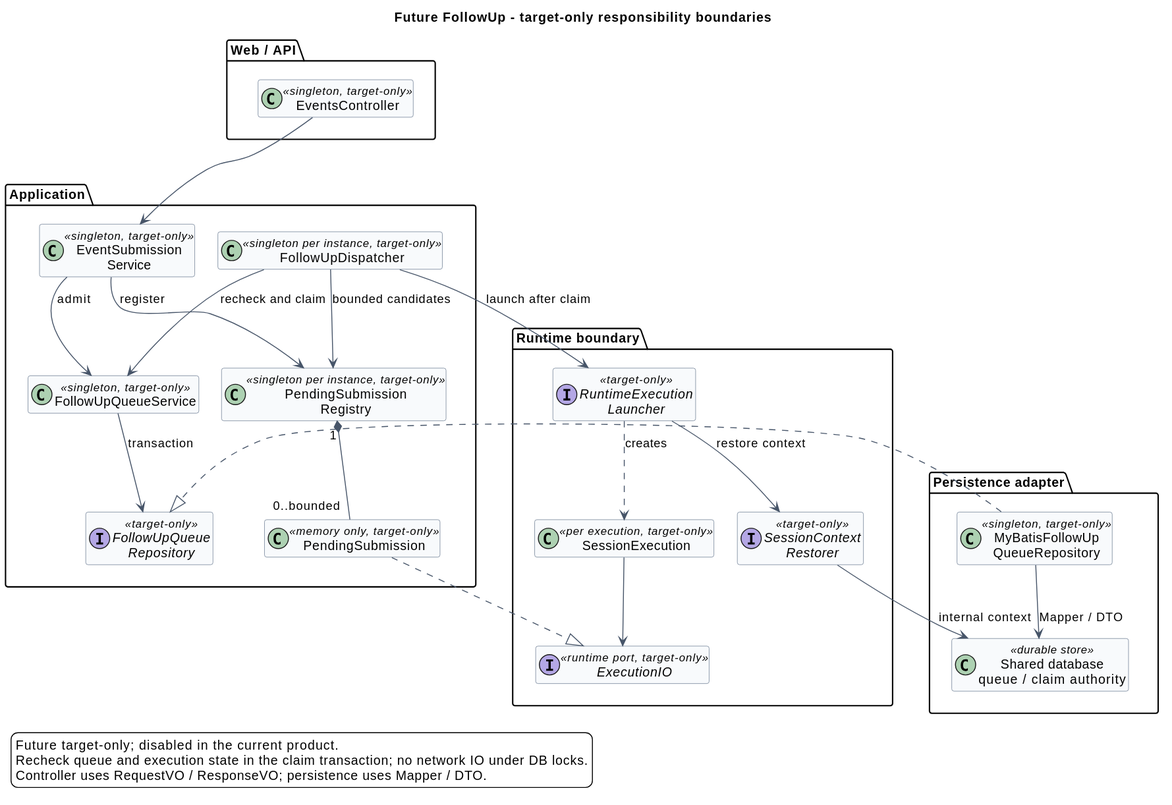
ssm0808/pi-mono-java-design keeps this PlantUML diagram as 01-总体架构/01-CampusClaw多Agent运行时/设计图/后续消息扩展/target_follow_up_classes.svg. Above is the earlier version.
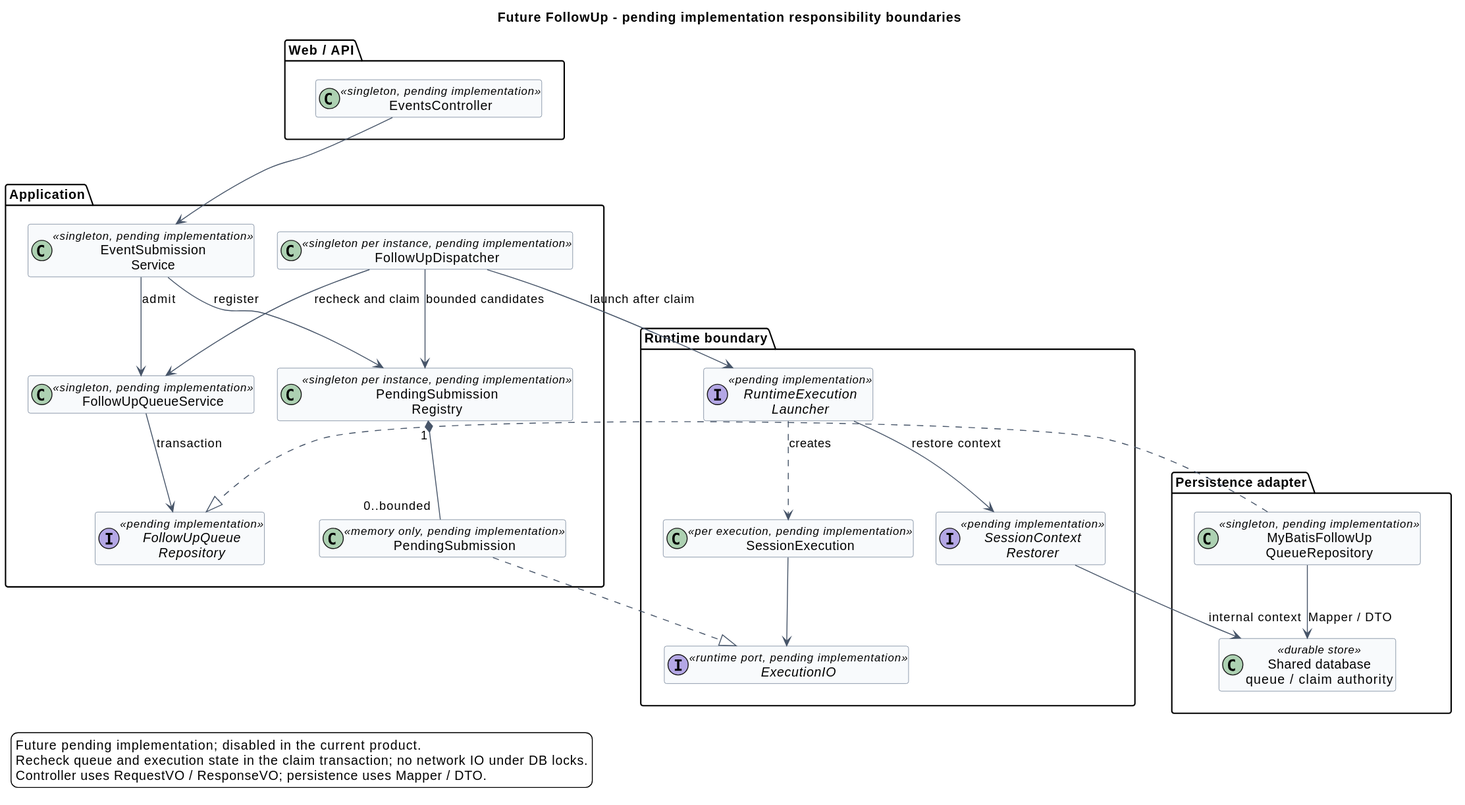
Later version of the same file.

Diff of the diagram source:
```diff
@@ -1,6 +1,6 @@
 @startuml
 skinparam backgroundColor white
-title Future FollowUp - target-only responsibility boundaries
+title Future FollowUp - pending implementation responsibility boundaries
 top to bottom direction
 hide empty members
 skinparam backgroundColor white
@@ -14,25 +14,25 @@
 skinparam stereotypeFontSize 10
 
 package "Web / API" as WEB {
-  class EventsController <<singleton, target-only>>
+  class EventsController <<singleton, pending implementation>>
 }
 package "Application" as APP {
-  class "EventSubmission\nService" as EventSubmissionService <<singleton, target-only>>
-  class FollowUpQueueService <<singleton, target-only>>
-  class FollowUpDispatcher <<singleton per instance, target-only>>
-  class "PendingSubmission\nRegistry" as PendingSubmissionRegistry <<singleton per instance, target-only>>
-  interface "FollowUpQueue\nRepository" as FollowUpQueueRepository <<target-only>>
-  class PendingSubmission <<memory only, target-only>>
+  class "EventSubmission\nService" as EventSubmissionService <<singleton, pending implementation>>
+  class FollowUpQueueService <<singleton, pending implementation>>
+  class FollowUpDispatcher <<singleton per instance, pending implementation>>
+  class "PendingSubmission\nRegistry" as PendingSubmissionRegistry <<singleton per instance, pending implementation>>
+  interface "FollowUpQueue\nRepository" as FollowUpQueueRepository <<pending implementation>>
+  class PendingSubmission <<memory only, pending implementation>>
 }
 package "Persistence adapter" as PERSIST {
-  class "MyBatisFollowUp\nQueueRepository" as MyBatisFollowUpQueueRepository <<singleton, target-only>>
+  class "MyBatisFollowUp\nQueueRepository" as MyBatisFollowUpQueueRepository <<singleton, pending implementation>>
   class "Shared database\nqueue / claim authority" as DB <<durable store>>
 }
 package "Runtime boundary" as CORE {
-  interface "RuntimeExecution\nLauncher" as RuntimeExecutionLauncher <<target-only>>
-  interface "SessionContext\nRestorer" as SessionContextRestorer <<target-only>>
-  class SessionExecution <<per execution, target-only>>
-  interface ExecutionIO <<runtime port, target-only>>
+  interface "RuntimeExecution\nLauncher" as RuntimeExecutionLauncher <<pending implementation>>
+  interface "SessionContext\nRestorer" as SessionContextRestorer <<pending implementation>>
+  class SessionExecution <<per execution, pending implementation>>
+  interface ExecutionIO <<runtime port, pending implementation>>
 }
 WEB -[hidden]down- APP
 APP -[hidden]down- CORE
@@ -53,7 +53,7 @@
 PendingSubmissionRegistry "1" *-- "0..bounded" PendingSubmission
 PendingSubmission ..|> ExecutionIO
 legend bottom left
-Future target-only; disabled in the current product.
+Future pending implementation; disabled in the current product.
 Recheck queue and execution state in the claim transaction; no network IO under DB locks.
 Controller uses RequestVO / ResponseVO; persistence uses Mapper / DTO.
 endlegend
```
